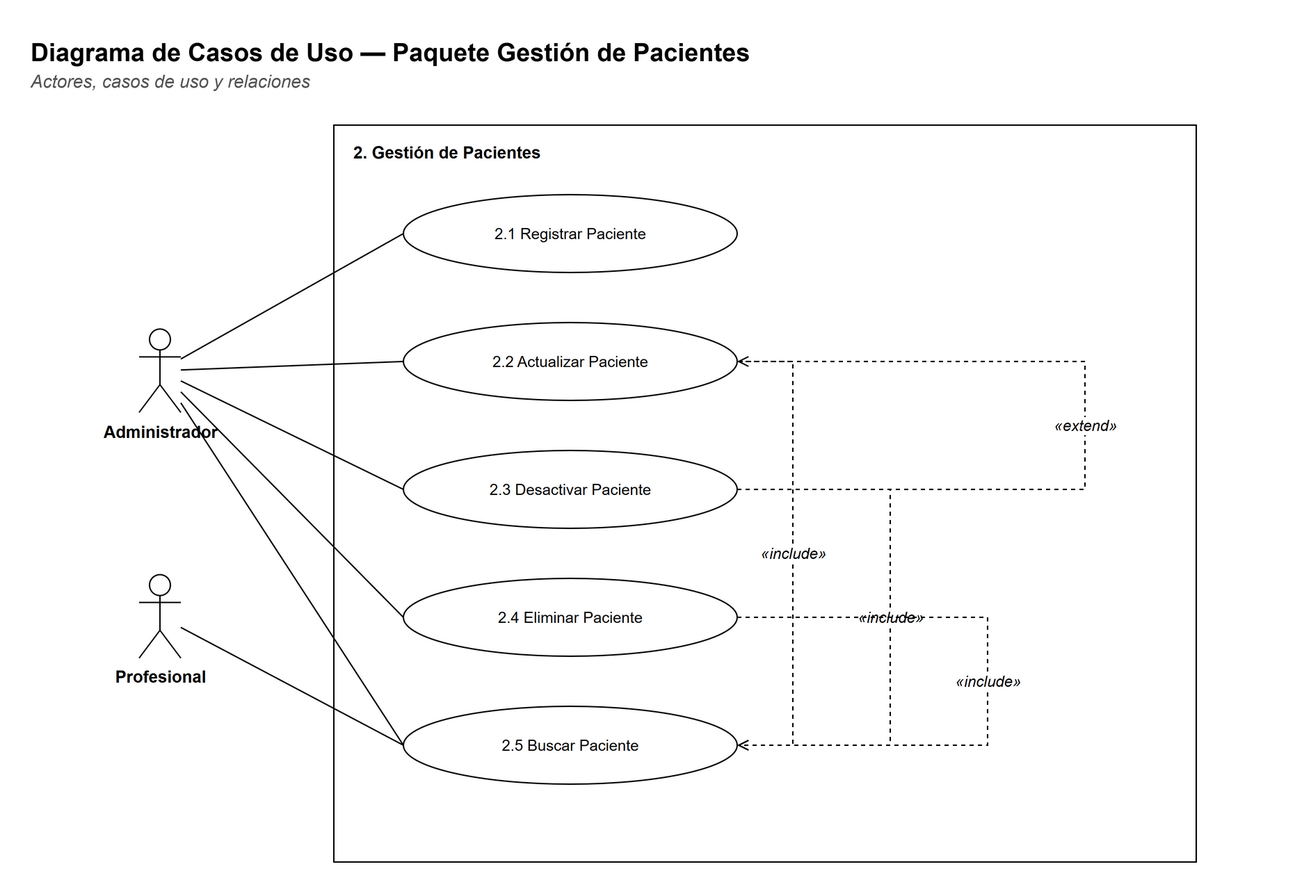
Before: docs/diagramas/paquete-pacientes-casos.png, a diagram exported from draw.io (Matiglorioso/kineturnos). Source tidied: cells renumbered, new cells last; positions are measured from the earlier drawing's top-left corner, leaving out a move shared by most shapes.
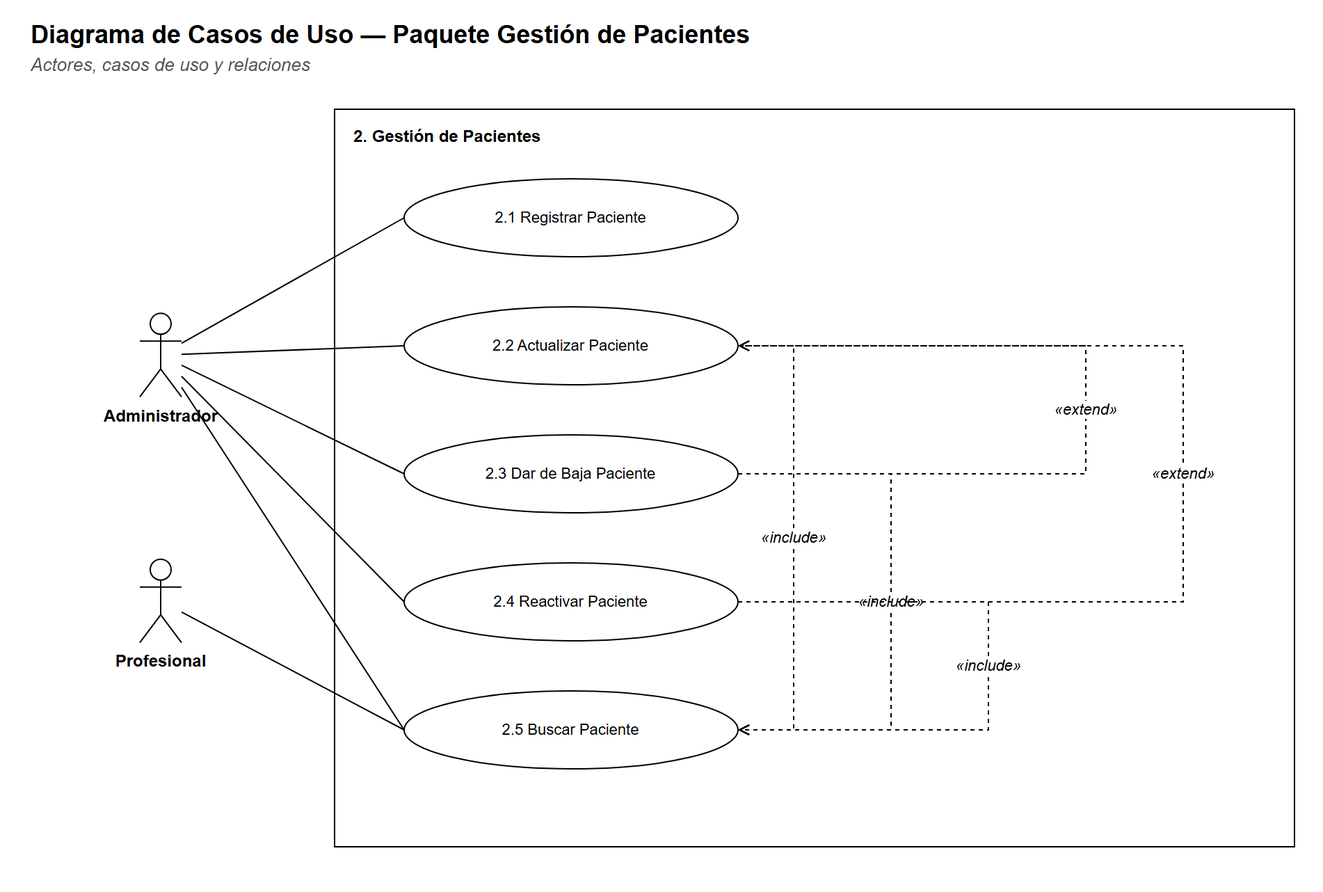
Above is the later version.

Diff of the diagram source:
```diff
@@ -9,10 +9,10 @@
       <mxGeometry y="24" width="900" height="20" as="geometry" />
     </mxCell>
     <mxCell id="4" style="rounded=0;whiteSpace=wrap;html=1;fillColor=#FFFFFF;strokeColor=#000000;fontFamily=Helvetica;fontSize=12;verticalAlign=top;" parent="1" vertex="1">
-      <mxGeometry x="220" y="70" width="620" height="530" as="geometry" />
+      <mxGeometry x="220" y="70" width="690" height="530" as="geometry" />
     </mxCell>
     <mxCell id="5" value="&lt;b&gt;2. Gestión de Pacientes&lt;/b&gt;" style="text;html=1;strokeColor=none;fillColor=none;align=left;verticalAlign=top;whiteSpace=wrap;fontFamily=Helvetica;fontSize=12;" parent="1" vertex="1">
-      <mxGeometry x="232" y="76" width="600" height="20" as="geometry" />
+      <mxGeometry x="232" y="76" width="670" height="20" as="geometry" />
     </mxCell>
     <mxCell id="6" value="2.1 Registrar Paciente" style="ellipse;whiteSpace=wrap;html=1;fillColor=#FFFFFF;strokeColor=#000000;fontFamily=Helvetica;fontSize=11;" parent="1" vertex="1">
       <mxGeometry x="270" y="120" width="240" height="56" as="geometry" />
@@ -20,10 +20,10 @@
     <mxCell id="7" value="2.2 Actualizar Paciente" style="ellipse;whiteSpace=wrap;html=1;fillColor=#FFFFFF;strokeColor=#000000;fontFamily=Helvetica;fontSize=11;" parent="1" vertex="1">
       <mxGeometry x="270" y="212" width="240" height="56" as="geometry" />
     </mxCell>
-    <mxCell id="8" value="2.3 Desactivar Paciente" style="ellipse;whiteSpace=wrap;html=1;fillColor=#FFFFFF;strokeColor=#000000;fontFamily=Helvetica;fontSize=11;" parent="1" vertex="1">
+    <mxCell id="8" value="2.3 Dar de Baja Paciente" style="ellipse;whiteSpace=wrap;html=1;fillColor=#FFFFFF;strokeColor=#000000;fontFamily=Helvetica;fontSize=11;" parent="1" vertex="1">
       <mxGeometry x="270" y="304" width="240" height="56" as="geometry" />
     </mxCell>
-    <mxCell id="9" value="2.4 Eliminar Paciente" style="ellipse;whiteSpace=wrap;html=1;fillColor=#FFFFFF;strokeColor=#000000;fontFamily=Helvetica;fontSize=11;" parent="1" vertex="1">
+    <mxCell id="9" value="2.4 Reactivar Paciente" style="ellipse;whiteSpace=wrap;html=1;fillColor=#FFFFFF;strokeColor=#000000;fontFamily=Helvetica;fontSize=11;" parent="1" vertex="1">
       <mxGeometry x="270" y="396" width="240" height="56" as="geometry" />
     </mxCell>
     <mxCell id="10" value="2.5 Buscar Paciente" style="ellipse;whiteSpace=wrap;html=1;fillColor=#FFFFFF;strokeColor=#000000;fontFamily=Helvetica;fontSize=11;" parent="1" vertex="1">
@@ -85,5 +85,13 @@
         </Array>
       </mxGeometry>
     </mxCell>
+    <mxCell id="23" value="«extend»" style="edgeStyle=orthogonalEdgeStyle;rounded=0;html=1;endArrow=open;startArrow=none;endFill=0;startFill=0;strokeColor=#000000;fontFamily=Helvetica;fontSize=11;fontStyle=2;labelBackgroundColor=#FFFFFF;dashed=1;exitX=1;exitY=0.5;exitDx=0;exitDy=0;entryX=1;entryY=0.5;entryDx=0;entryDy=0;" parent="1" edge="1" source="9" target="7">
+      <mxGeometry relative="1" as="geometry">
+        <Array as="points">
+          <mxPoint x="830" y="424" />
+          <mxPoint x="830" y="240" />
+        </Array>
+      </mxGeometry>
+    </mxCell>
   </root>
 </mxGraphModel>
```
